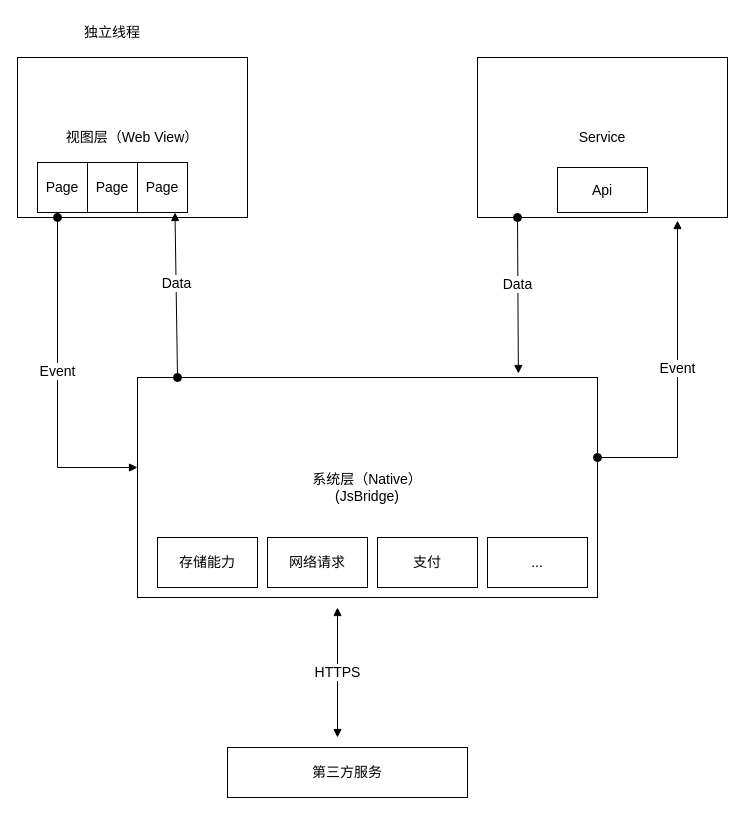
Earlier version of the draw.io diagram 未命名绘图.drawio (Benevole/process). Source tidied: cells renumbered, new cells numbered last; positions are measured from the earlier drawing's top-left corner, leaving out a move shared by most shapes. Both pictures are drawn from the tidied source at 100%, with x=0, y=0 at pixel (17, 17).
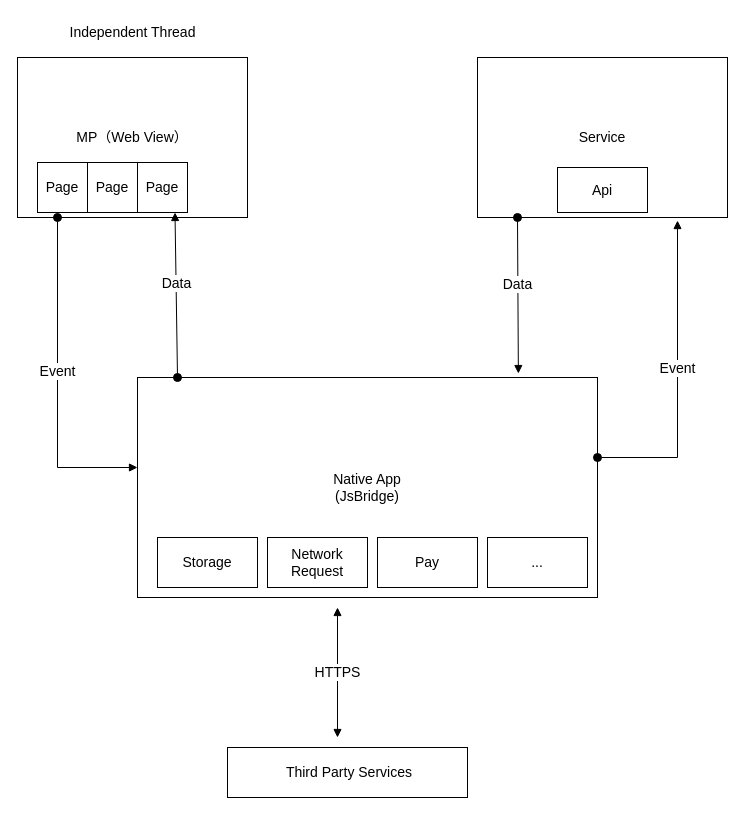
The same page after the edit.

Commit message (it also covers changes not shown here):
更新未命名绘图.drawio

What changed in the source:
```diff
@@
-    <mxCell id="2" value="系统层（Native）&lt;br&gt;(JsBridge)" style="rounded=0;whiteSpace=wrap;html=1;fontSize=14;" parent="1" vertex="1">
+    <mxCell id="2" value="Native App&lt;br&gt;(JsBridge)" style="rounded=0;whiteSpace=wrap;html=1;fontSize=14;" parent="1" vertex="1">
       <mxGeometry x="120" y="360" width="460" height="220" as="geometry" />
     </mxCell>
-    <mxCell id="3" value="视图层（Web View）" style="rounded=0;whiteSpace=wrap;html=1;fontSize=14;" parent="1" vertex="1">
+    <mxCell id="3" value="MP（Web View）" style="rounded=0;whiteSpace=wrap;html=1;fontSize=14;" parent="1" vertex="1">
       <mxGeometry y="40" width="230" height="160" as="geometry" />
     </mxCell>
@@
-    <mxCell id="10" value="存储能力" style="rounded=0;whiteSpace=wrap;html=1;fontSize=14;" parent="1" vertex="1">
+    <mxCell id="10" value="Storage" style="rounded=0;whiteSpace=wrap;html=1;fontSize=14;" parent="1" vertex="1">
       <mxGeometry x="140" y="520" width="100" height="50" as="geometry" />
     </mxCell>
-    <mxCell id="11" value="网络请求" style="rounded=0;whiteSpace=wrap;html=1;fontSize=14;" parent="1" vertex="1">
+    <mxCell id="11" value="Network Request" style="rounded=0;whiteSpace=wrap;html=1;fontSize=14;" parent="1" vertex="1">
       <mxGeometry x="250" y="520" width="100" height="50" as="geometry" />
     </mxCell>
@@
-    <mxCell id="15" value="第三方服务" style="rounded=0;whiteSpace=wrap;html=1;fontSize=14;" parent="1" vertex="1">
+    <mxCell id="15" value="&amp;nbsp;Third Party Services" style="rounded=0;whiteSpace=wrap;html=1;fontSize=14;" parent="1" vertex="1">
       <mxGeometry x="210" y="730" width="240" height="50" as="geometry" />
     </mxCell>
@@
-    <mxCell id="17" value="支付" style="rounded=0;whiteSpace=wrap;html=1;fontSize=14;" parent="1" vertex="1">
+    <mxCell id="17" value="Pay" style="rounded=0;whiteSpace=wrap;html=1;fontSize=14;" parent="1" vertex="1">
       <mxGeometry x="360" y="520" width="100" height="50" as="geometry" />
     </mxCell>
@@
-    <mxCell id="19" value="独立线程" style="text;html=1;strokeColor=none;fillColor=none;align=center;verticalAlign=middle;whiteSpace=wrap;rounded=0;fontSize=14;" parent="1" vertex="1">
-      <mxGeometry x="65" width="60" height="30" as="geometry" />
+    <mxCell id="19" value="Independent Thread" style="text;html=1;strokeColor=none;fillColor=none;align=center;verticalAlign=middle;whiteSpace=wrap;rounded=0;fontSize=14;" parent="1" vertex="1">
+      <mxGeometry x="32.5" width="165" height="30" as="geometry" />
     </mxCell>
```
